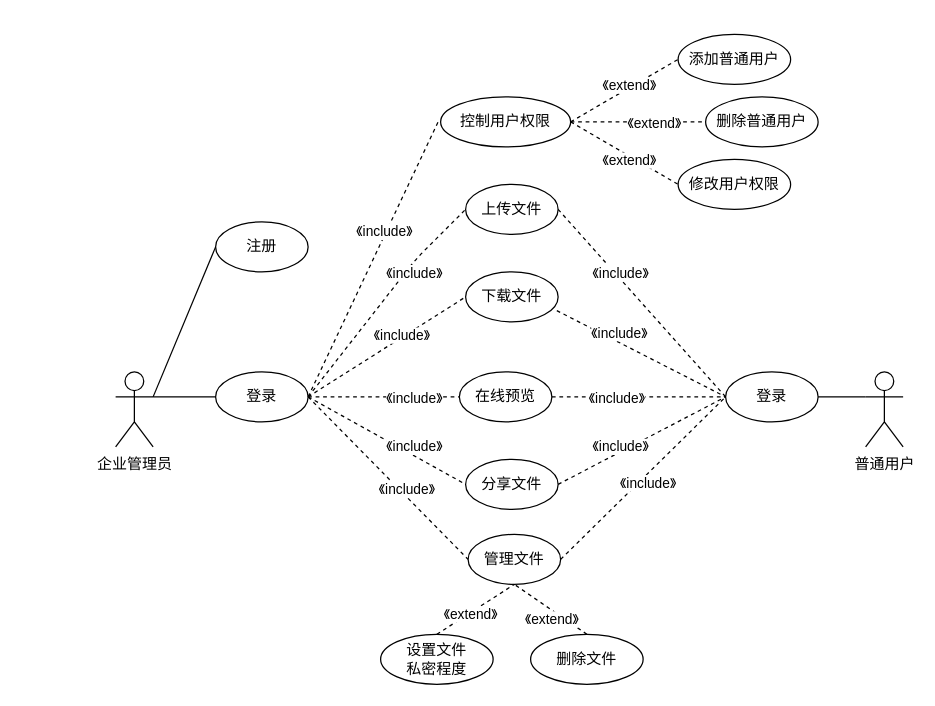
The draw.io diagram Untitled Diagram.drawio in ppp-203/ppp-203, before the edit. Source tidied: cells renumbered, new cells numbered last; positions are measured from the earlier drawing's top-left corner, leaving out a move shared by most shapes. Both pictures are drawn from the tidied source at 125%, with x=0, y=0 at pixel (115, 34).
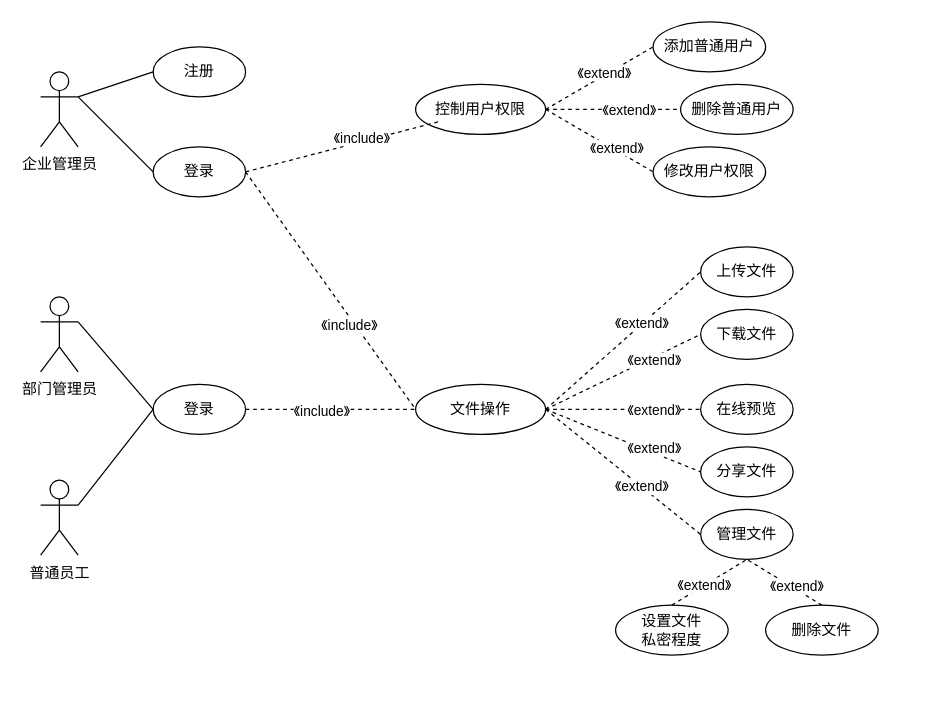
After the change.

Unchanged cells that the change refers to:
```xml
<mxCell id="15" style="endArrow=none;dashed=1;html=1;exitX=1;exitY=0.5;exitDx=0;exitDy=0;" parent="1" edge="1" source="8">
  <mxGeometry relative="1" as="geometry">
    <mxPoint x="258" y="70" as="targetPoint" />
  </mxGeometry>
</mxCell>
<mxCell id="45" style="endArrow=none;dashed=1;html=1;entryX=0.5;entryY=1;entryDx=0;entryDy=0;exitX=0.5;exitY=0;exitDx=0;exitDy=0;" parent="1" edge="1" source="43" target="10">
  <mxGeometry relative="1" as="geometry" />
</mxCell>
```

The edit, as a diff of the source:
```diff
@@
     <mxCell id="2" value="企业管理员" style="shape=umlActor;verticalLabelPosition=bottom;verticalAlign=top;html=1;outlineConnect=0;" parent="1" vertex="1">
-      <mxGeometry y="270" width="30" height="60" as="geometry" />
+      <mxGeometry x="-60" y="30" width="30" height="60" as="geometry" />
     </mxCell>
-    <mxCell id="3" value="普通用户" style="shape=umlActor;verticalLabelPosition=bottom;verticalAlign=top;html=1;outlineConnect=0;" parent="1" vertex="1">
-      <mxGeometry x="600" y="270" width="30" height="60" as="geometry" />
-    </mxCell>
     <mxCell id="4" value="注册" style="ellipse;whiteSpace=wrap;html=1;" parent="1" vertex="1">
-      <mxGeometry x="80" y="150" width="74" height="40" as="geometry" />
+      <mxGeometry x="30" y="10" width="74" height="40" as="geometry" />
     </mxCell>
     <mxCell id="5" value="上传文件" style="ellipse;whiteSpace=wrap;html=1;" parent="1" vertex="1">
-      <mxGeometry x="280" y="120" width="74" height="40" as="geometry" />
+      <mxGeometry x="468" y="170" width="74" height="40" as="geometry" />
     </mxCell>
     <mxCell id="6" value="在线预览" style="ellipse;whiteSpace=wrap;html=1;" parent="1" vertex="1">
-      <mxGeometry x="275" y="270" width="74" height="40" as="geometry" />
+      <mxGeometry x="468" y="280" width="74" height="40" as="geometry" />
     </mxCell>
     <mxCell id="7" value="控制用户权限" style="ellipse;whiteSpace=wrap;html=1;" parent="1" vertex="1">
-      <mxGeometry x="260" y="50" width="104" height="40" as="geometry" />
+      <mxGeometry x="240" y="40" width="104" height="40" as="geometry" />
     </mxCell>
     <mxCell id="8" value="登录" style="ellipse;whiteSpace=wrap;html=1;" parent="1" vertex="1">
-      <mxGeometry x="80" y="270" width="74" height="40" as="geometry" />
+      <mxGeometry x="30" y="90" width="74" height="40" as="geometry" />
     </mxCell>
     <mxCell id="9" value="下载文件" style="ellipse;whiteSpace=wrap;html=1;" parent="1" vertex="1">
-      <mxGeometry x="280" y="190" width="74" height="40" as="geometry" />
+      <mxGeometry x="468" y="220" width="74" height="40" as="geometry" />
     </mxCell>
     <mxCell id="10" value="管理文件" style="ellipse;whiteSpace=wrap;html=1;" parent="1" vertex="1">
-      <mxGeometry x="282" y="400" width="74" height="40" as="geometry" />
+      <mxGeometry x="468" y="380" width="74" height="40" as="geometry" />
     </mxCell>
-    <mxCell id="11" style="edgeStyle=orthogonalEdgeStyle;rounded=0;orthogonalLoop=1;jettySize=auto;html=1;exitX=0.5;exitY=1;exitDx=0;exitDy=0;" parent="1" edge="1" source="7" target="7">
-      <mxGeometry relative="1" as="geometry" />
+    <mxCell id="11" style="edgeStyle=orthogonalEdgeStyle;rounded=0;orthogonalLoop=1;jettySize=auto;html=1;exitX=0.5;exitY=1;exitDx=0;exitDy=0;" parent="1" edge="1">
+      <mxGeometry relative="1" as="geometry">
+        <mxPoint x="460" y="200" as="sourcePoint" />
+        <mxPoint x="460" y="200" as="targetPoint" />
+      </mxGeometry>
     </mxCell>
-    <mxCell id="12" value="登录" style="ellipse;whiteSpace=wrap;html=1;" parent="1" vertex="1">
-      <mxGeometry x="488" y="270" width="74" height="40" as="geometry" />
-    </mxCell>
@@
-    <mxCell id="16" value="《include》" style="edgeLabel;html=1;align=center;verticalAlign=middle;" parent="15" vertex="1">
-      <mxGeometry x="0.2" y="2" relative="1" as="geometry" />
-    </mxCell>
-    <mxCell id="17" style="endArrow=none;dashed=1;html=1;exitX=1;exitY=0.5;exitDx=0;exitDy=0;entryX=0;entryY=0.5;entryDx=0;entryDy=0;" parent="1" edge="1" source="8" target="5">
-      <mxGeometry relative="1" as="geometry">
-        <Array as="points">
-          <mxPoint x="240" y="180" />
-        </Array>
-      </mxGeometry>
-    </mxCell>
-    <mxCell id="18" style="endArrow=none;dashed=1;html=1;exitX=1;exitY=0.5;exitDx=0;exitDy=0;entryX=0;entryY=0.5;entryDx=0;entryDy=0;" parent="1" edge="1" source="8" target="9">
-      <mxGeometry relative="1" as="geometry" />
-    </mxCell>
-    <mxCell id="19" style="endArrow=none;dashed=1;html=1;entryX=0;entryY=0.5;entryDx=0;entryDy=0;exitX=1;exitY=0.5;exitDx=0;exitDy=0;" parent="1" edge="1" source="8" target="6">
-      <mxGeometry relative="1" as="geometry" />
-    </mxCell>
-    <mxCell id="20" style="endArrow=none;dashed=1;html=1;exitX=1;exitY=0.5;exitDx=0;exitDy=0;entryX=0;entryY=0.5;entryDx=0;entryDy=0;" parent="1" edge="1" source="8" target="10">
-      <mxGeometry relative="1" as="geometry" />
-    </mxCell>
-    <mxCell id="21" style="endArrow=none;dashed=1;html=1;exitX=1;exitY=0.5;exitDx=0;exitDy=0;entryX=0;entryY=0.5;entryDx=0;entryDy=0;" parent="1" edge="1" source="10" target="12">
-      <mxGeometry relative="1" as="geometry" />
-    </mxCell>
-    <mxCell id="22" style="endArrow=none;dashed=1;html=1;exitX=1;exitY=0.5;exitDx=0;exitDy=0;entryX=0;entryY=0.5;entryDx=0;entryDy=0;" parent="1" edge="1" source="6" target="12">
-      <mxGeometry relative="1" as="geometry" />
-    </mxCell>
-    <mxCell id="23" style="endArrow=none;dashed=1;html=1;exitX=0.986;exitY=0.775;exitDx=0;exitDy=0;entryX=0;entryY=0.5;entryDx=0;entryDy=0;exitPerimeter=0;" parent="1" edge="1" source="9" target="12">
-      <mxGeometry relative="1" as="geometry" />
-    </mxCell>
-    <mxCell id="24" style="endArrow=none;dashed=1;html=1;exitX=1;exitY=0.5;exitDx=0;exitDy=0;entryX=0;entryY=0.5;entryDx=0;entryDy=0;" parent="1" edge="1" source="5" target="12">
-      <mxGeometry relative="1" as="geometry" />
-    </mxCell>
-    <mxCell id="25" value="《include》" style="edgeLabel;html=1;align=center;verticalAlign=middle;" parent="1" vertex="1">
-      <mxGeometry x="228.6" y="240" as="geometry" />
-    </mxCell>
-    <mxCell id="26" value="《include》" style="edgeLabel;html=1;align=center;verticalAlign=middle;" parent="1" vertex="1">
-      <mxGeometry x="238.6" y="290" as="geometry" />
-    </mxCell>
-    <mxCell id="27" value="《include》" style="edgeLabel;html=1;align=center;verticalAlign=middle;" parent="1" vertex="1">
-      <mxGeometry x="255" y="240" as="geometry">
-        <mxPoint x="-23" y="123" as="offset" />
-      </mxGeometry>
-    </mxCell>
-    <mxCell id="28" value="《include》" style="edgeLabel;html=1;align=center;verticalAlign=middle;" parent="1" vertex="1">
-      <mxGeometry x="238.6" y="190" as="geometry" />
-    </mxCell>
-    <mxCell id="29" value="《include》" style="edgeLabel;html=1;align=center;verticalAlign=middle;" parent="1" vertex="1">
-      <mxGeometry x="400" y="290" as="geometry" />
-    </mxCell>
-    <mxCell id="30" value="《include》" style="edgeLabel;html=1;align=center;verticalAlign=middle;" parent="1" vertex="1">
-      <mxGeometry x="400" y="230" as="geometry">
-        <mxPoint x="2" y="8" as="offset" />
-      </mxGeometry>
-    </mxCell>
-    <mxCell id="31" value="《include》" style="edgeLabel;html=1;align=center;verticalAlign=middle;" parent="1" vertex="1">
-      <mxGeometry x="288.6" y="220" as="geometry">
-        <mxPoint x="115" y="-30" as="offset" />
-      </mxGeometry>
-    </mxCell>
-    <mxCell id="32" value="《include》" style="edgeLabel;html=1;align=center;verticalAlign=middle;" parent="1" vertex="1">
-      <mxGeometry x="330" y="280" as="geometry">
-        <mxPoint x="95" y="78" as="offset" />
-      </mxGeometry>
-    </mxCell>
-    <mxCell id="33" style="endArrow=none;html=1;entryX=0;entryY=0.3333333333333333;entryDx=0;entryDy=0;entryPerimeter=0;exitX=1;exitY=0.5;exitDx=0;exitDy=0;" parent="1" edge="1" source="12" target="3">
-      <mxGeometry relative="1" as="geometry" />
-    </mxCell>
     <mxCell id="34" value="添加普通用户" style="ellipse;whiteSpace=wrap;html=1;" parent="1" vertex="1">
-      <mxGeometry x="450" width="90" height="40" as="geometry" />
+      <mxGeometry x="430" y="-10" width="90" height="40" as="geometry" />
     </mxCell>
     <mxCell id="35" value="删除普通用户" style="ellipse;whiteSpace=wrap;html=1;" parent="1" vertex="1">
-      <mxGeometry x="472" y="50" width="90" height="40" as="geometry" />
+      <mxGeometry x="452" y="40" width="90" height="40" as="geometry" />
     </mxCell>
     <mxCell id="36" value="修改用户权限" style="ellipse;whiteSpace=wrap;html=1;" parent="1" vertex="1">
-      <mxGeometry x="450" y="100" width="90" height="40" as="geometry" />
+      <mxGeometry x="430" y="90" width="90" height="40" as="geometry" />
     </mxCell>
@@
     <mxCell id="41" value="《extend》" style="edgeLabel;html=1;align=center;verticalAlign=middle;" parent="1" vertex="1">
-      <mxGeometry x="430" y="70" as="geometry" />
+      <mxGeometry x="410" y="60" as="geometry" />
     </mxCell>
-    <mxCell id="42" value="《extend》" style="edgeLabel;html=1;align=center;verticalAlign=middle;" parent="1" vertex="1">
-      <mxGeometry x="410" y="100" as="geometry" />
-    </mxCell>
     <mxCell id="43" value="设置文件&lt;br&gt;私密程度" style="ellipse;whiteSpace=wrap;html=1;" parent="1" vertex="1">
-      <mxGeometry x="212" y="479.9" width="90" height="40" as="geometry" />
+      <mxGeometry x="400" y="456.6" width="90" height="40" as="geometry" />
     </mxCell>
     <mxCell id="44" value="删除文件" style="ellipse;whiteSpace=wrap;html=1;" parent="1" vertex="1">
-      <mxGeometry x="332" y="479.9" width="90" height="40" as="geometry" />
+      <mxGeometry x="520" y="456.6" width="90" height="40" as="geometry" />
     </mxCell>
@@
     <mxCell id="46" value="《extend》" style="edgeLabel;html=1;align=center;verticalAlign=middle;" parent="45" vertex="1">
       <mxGeometry x="0.3" y="-3" relative="1" as="geometry">
-        <mxPoint x="-15" y="7" as="offset" />
+        <mxPoint x="-15" y="5" as="offset" />
       </mxGeometry>
     </mxCell>
@@
-    <mxCell id="48" value="《extend》" style="edgeLabel;html=1;align=center;verticalAlign=middle;" parent="1" vertex="1">
-      <mxGeometry x="356" y="430" as="geometry">
-        <mxPoint x="-8" y="37" as="offset" />
-      </mxGeometry>
-    </mxCell>
     <mxCell id="49" value="分享文件" style="ellipse;whiteSpace=wrap;html=1;" parent="1" vertex="1">
-      <mxGeometry x="280" y="340" width="74" height="40" as="geometry" />
+      <mxGeometry x="468" y="330" width="74" height="40" as="geometry" />
     </mxCell>
-    <mxCell id="50" style="endArrow=none;dashed=1;html=1;entryX=0;entryY=0.5;entryDx=0;entryDy=0;exitX=1;exitY=0.5;exitDx=0;exitDy=0;" parent="1" edge="1" source="8" target="49">
-      <mxGeometry relative="1" as="geometry" />
-    </mxCell>
-    <mxCell id="51" style="endArrow=none;dashed=1;html=1;entryX=0;entryY=0.5;entryDx=0;entryDy=0;exitX=1;exitY=0.5;exitDx=0;exitDy=0;" parent="1" edge="1" source="49" target="12">
-      <mxGeometry relative="1" as="geometry" />
-    </mxCell>
-    <mxCell id="52" style="edgeStyle=none;rounded=0;orthogonalLoop=1;jettySize=auto;html=1;entryX=0;entryY=0.5;entryDx=0;entryDy=0;" parent="1" edge="1" source="12" target="12">
-      <mxGeometry relative="1" as="geometry" />
-    </mxCell>
-    <mxCell id="53" value="《include》" style="edgeLabel;html=1;align=center;verticalAlign=middle;" parent="1" vertex="1">
-      <mxGeometry x="410" y="300" as="geometry">
-        <mxPoint x="-7" y="29" as="offset" />
-      </mxGeometry>
-    </mxCell>
-    <mxCell id="54" value="《include》" style="edgeLabel;html=1;align=center;verticalAlign=middle;" parent="1" vertex="1">
-      <mxGeometry x="410" y="300" as="geometry">
-        <mxPoint x="-172" y="29" as="offset" />
-      </mxGeometry>
-    </mxCell>
+    <mxCell id="55" value="文件操作" style="ellipse;whiteSpace=wrap;html=1;" parent="1" vertex="1">
+      <mxGeometry x="240" y="280" width="104" height="40" as="geometry" />
+    </mxCell>
+    <mxCell id="56" value="《extend》" style="edgeLabel;html=1;align=center;verticalAlign=middle;" parent="1" vertex="1">
+      <mxGeometry x="482" y="446.6" as="geometry">
+        <mxPoint x="62" y="-5" as="offset" />
+      </mxGeometry>
+    </mxCell>
+    <mxCell id="57" style="endArrow=none;dashed=1;html=1;exitX=1;exitY=0.5;exitDx=0;exitDy=0;entryX=0;entryY=0.5;entryDx=0;entryDy=0;" parent="1" edge="1" source="55" target="5">
+      <mxGeometry relative="1" as="geometry" />
+    </mxCell>
+    <mxCell id="58" style="endArrow=none;dashed=1;html=1;exitX=1;exitY=0.5;exitDx=0;exitDy=0;entryX=0;entryY=0.5;entryDx=0;entryDy=0;" parent="1" edge="1" source="55" target="10">
+      <mxGeometry relative="1" as="geometry" />
+    </mxCell>
+    <mxCell id="59" style="endArrow=none;dashed=1;html=1;exitX=1;exitY=0.5;exitDx=0;exitDy=0;entryX=0;entryY=0.5;entryDx=0;entryDy=0;" parent="1" edge="1" source="55" target="9">
+      <mxGeometry relative="1" as="geometry" />
+    </mxCell>
+    <mxCell id="60" style="endArrow=none;dashed=1;html=1;exitX=1;exitY=0.5;exitDx=0;exitDy=0;" parent="1" edge="1" source="55" target="6">
+      <mxGeometry relative="1" as="geometry" />
+    </mxCell>
+    <mxCell id="61" style="endArrow=none;dashed=1;html=1;exitX=1;exitY=0.5;exitDx=0;exitDy=0;entryX=0;entryY=0.5;entryDx=0;entryDy=0;" parent="1" edge="1" source="55" target="49">
+      <mxGeometry relative="1" as="geometry" />
+    </mxCell>
+    <mxCell id="62" value="《extend》" style="edgeLabel;html=1;align=center;verticalAlign=middle;" parent="1" vertex="1">
+      <mxGeometry x="482" y="440" as="geometry">
+        <mxPoint x="-62" y="-79" as="offset" />
+      </mxGeometry>
+    </mxCell>
+    <mxCell id="63" value="《extend》" style="edgeLabel;html=1;align=center;verticalAlign=middle;" parent="1" vertex="1">
+      <mxGeometry x="420" y="230" as="geometry" />
+    </mxCell>
+    <mxCell id="64" value="《extend》" style="edgeLabel;html=1;align=center;verticalAlign=middle;" parent="1" vertex="1">
+      <mxGeometry x="430" y="260" as="geometry" />
+    </mxCell>
+    <mxCell id="65" value="《extend》" style="edgeLabel;html=1;align=center;verticalAlign=middle;" parent="1" vertex="1">
+      <mxGeometry x="430" y="300" as="geometry" />
+    </mxCell>
+    <mxCell id="66" value="《extend》" style="edgeLabel;html=1;align=center;verticalAlign=middle;" parent="1" vertex="1">
+      <mxGeometry x="430" y="330" as="geometry" />
+    </mxCell>
+    <mxCell id="67" value="《extend》" style="edgeLabel;html=1;align=center;verticalAlign=middle;" parent="1" vertex="1">
+      <mxGeometry x="400" y="90" as="geometry" />
+    </mxCell>
+    <mxCell id="68" value="部门管理员" style="shape=umlActor;verticalLabelPosition=bottom;verticalAlign=top;html=1;outlineConnect=0;" parent="1" vertex="1">
+      <mxGeometry x="-60" y="210" width="30" height="60" as="geometry" />
+    </mxCell>
+    <mxCell id="69" value="普通员工" style="shape=umlActor;verticalLabelPosition=bottom;verticalAlign=top;html=1;outlineConnect=0;" parent="1" vertex="1">
+      <mxGeometry x="-60" y="356.6" width="30" height="60" as="geometry" />
+    </mxCell>
+    <mxCell id="12" value="登录" style="ellipse;whiteSpace=wrap;html=1;" parent="1" vertex="1">
+      <mxGeometry x="30" y="280" width="74" height="40" as="geometry" />
+    </mxCell>
+    <mxCell id="70" style="endArrow=none;dashed=1;html=1;exitX=1;exitY=0.5;exitDx=0;exitDy=0;entryX=0;entryY=0.5;entryDx=0;entryDy=0;" parent="1" edge="1" source="12" target="55">
+      <mxGeometry relative="1" as="geometry" />
+    </mxCell>
+    <mxCell id="71" style="endArrow=none;dashed=1;html=1;exitX=1;exitY=0.5;exitDx=0;exitDy=0;entryX=0;entryY=0.5;entryDx=0;entryDy=0;" parent="1" edge="1" source="8" target="55">
+      <mxGeometry relative="1" as="geometry" />
+    </mxCell>
+    <mxCell id="72" style="endArrow=none;html=1;exitX=1;exitY=0.3333333333333333;exitDx=0;exitDy=0;exitPerimeter=0;entryX=0;entryY=0.5;entryDx=0;entryDy=0;" parent="1" edge="1" source="68" target="12">
+      <mxGeometry relative="1" as="geometry" />
+    </mxCell>
+    <mxCell id="73" style="endArrow=none;html=1;exitX=1;exitY=0.3333333333333333;exitDx=0;exitDy=0;exitPerimeter=0;entryX=0;entryY=0.5;entryDx=0;entryDy=0;" parent="1" edge="1" source="69" target="12">
+      <mxGeometry relative="1" as="geometry" />
+    </mxCell>
+    <mxCell id="74" value="《include》" style="edgeLabel;html=1;align=center;verticalAlign=middle;" parent="1" vertex="1">
+      <mxGeometry x="200" y="80" as="geometry">
+        <mxPoint x="-4" y="2" as="offset" />
+      </mxGeometry>
+    </mxCell>
+    <mxCell id="75" value="《include》" style="edgeLabel;html=1;align=center;verticalAlign=middle;" parent="1" vertex="1">
+      <mxGeometry x="190" y="230" as="geometry">
+        <mxPoint x="-4" y="2" as="offset" />
+      </mxGeometry>
+    </mxCell>
+    <mxCell id="76" value="《include》" style="edgeLabel;html=1;align=center;verticalAlign=middle;" parent="1" vertex="1">
+      <mxGeometry x="220" y="120" as="geometry">
+        <mxPoint x="-56" y="181" as="offset" />
+      </mxGeometry>
+    </mxCell>
```
